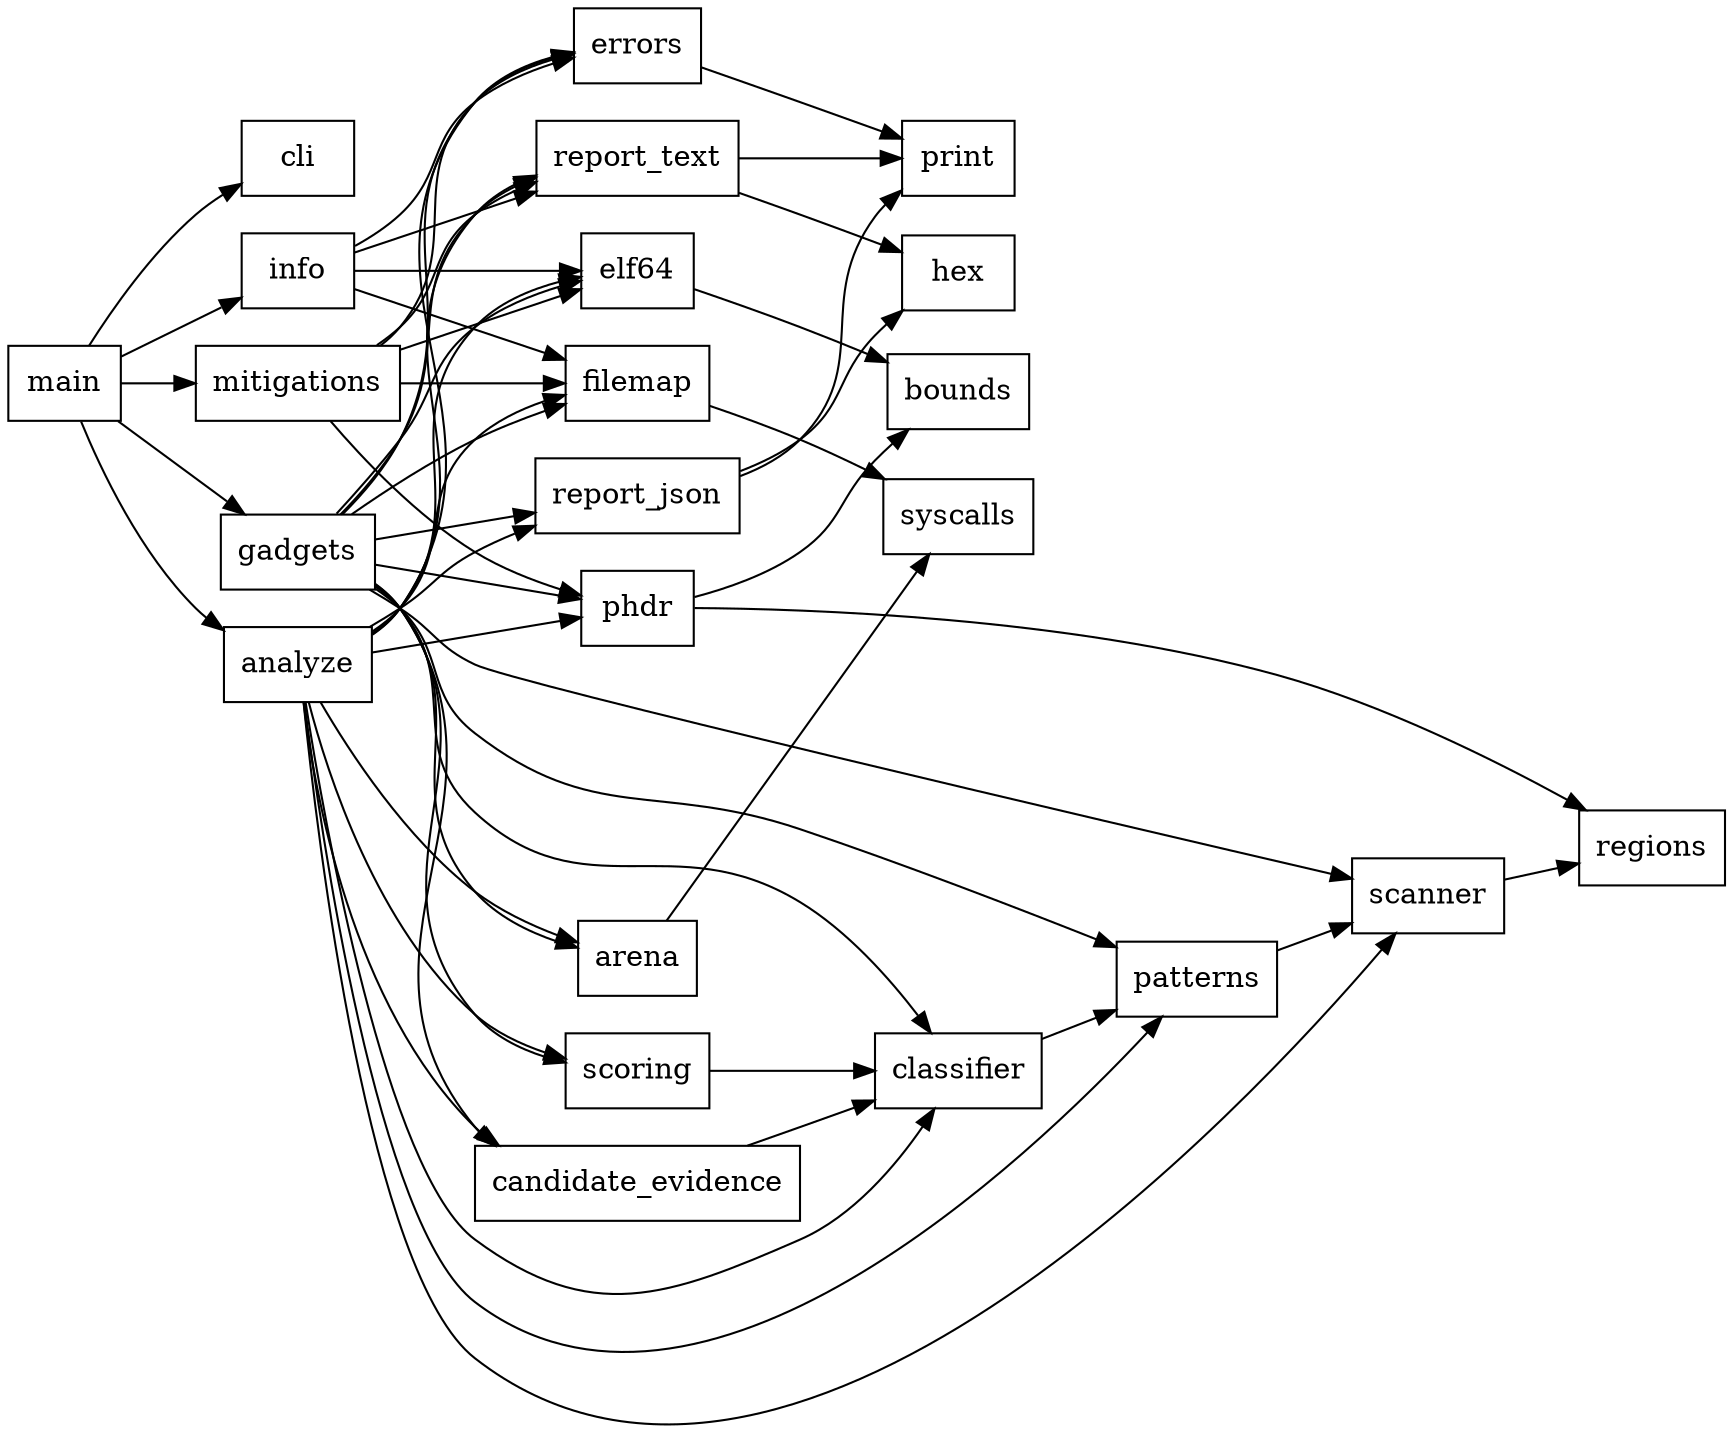
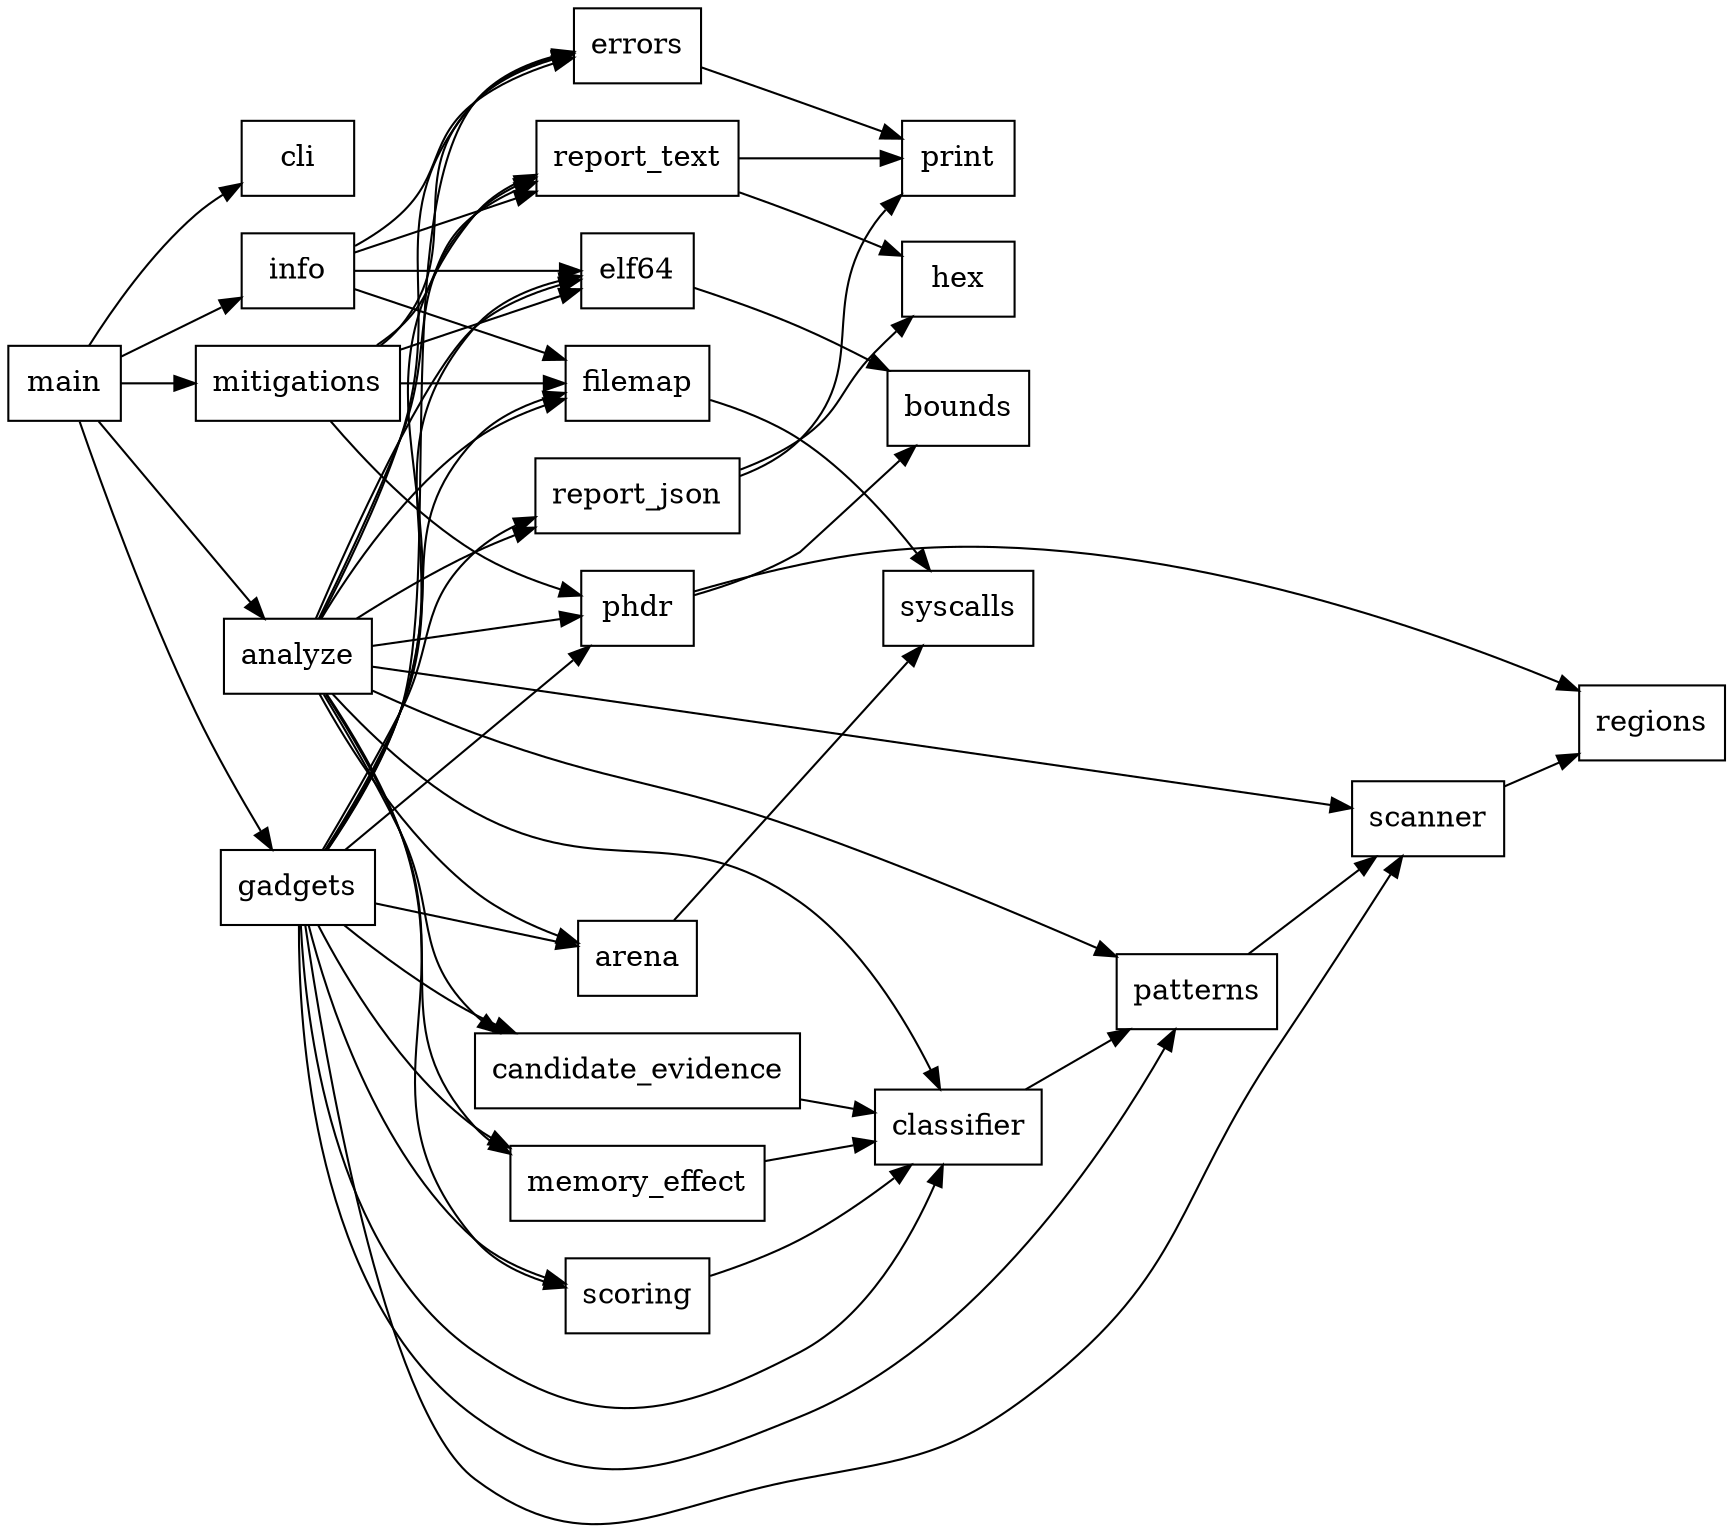
digraph x64lens_modules {
  rankdir=LR;
  node [shape=box];

  main -> cli;
  main -> info;
  main -> mitigations;
  main -> gadgets;
  main -> analyze;

  info -> filemap;
  info -> elf64;
  info -> report_text;
  info -> errors;

  mitigations -> filemap;
  mitigations -> elf64;
  mitigations -> phdr;
  mitigations -> report_text;
  mitigations -> errors;

  gadgets -> filemap;
  gadgets -> elf64;
  gadgets -> phdr;
  gadgets -> scanner;
  gadgets -> patterns;
  gadgets -> classifier;
  gadgets -> candidate_evidence;
+   gadgets -> memory_effect;
  gadgets -> scoring;
  gadgets -> report_text;
  gadgets -> report_json;
  gadgets -> arena;
  gadgets -> errors;

  analyze -> filemap;
  analyze -> elf64;
  analyze -> phdr;
  analyze -> scanner;
  analyze -> patterns;
  analyze -> classifier;
  analyze -> candidate_evidence;
+   analyze -> memory_effect;
  analyze -> scoring;
  analyze -> report_text;
  analyze -> report_json;
  analyze -> arena;
  analyze -> errors;

  phdr -> bounds;
  phdr -> regions;
  scanner -> regions;
  patterns -> scanner;
  classifier -> patterns;
  candidate_evidence -> classifier;
+   memory_effect -> classifier;
  scoring -> classifier;

  filemap -> syscalls;
  arena -> syscalls;
  elf64 -> bounds;
  report_text -> print;
  report_text -> hex;
  report_json -> print;
  report_json -> hex;
  errors -> print;
}
